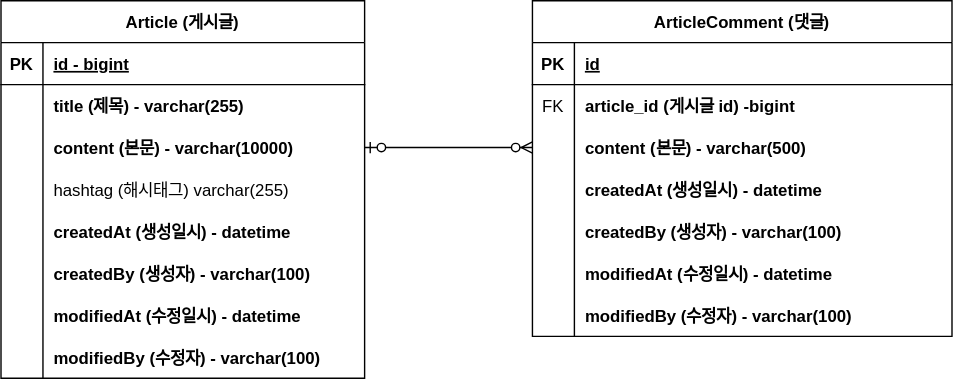
kid4211-developer/fastcampus-project-board keeps this draw.io diagram as fastcampus-project-board/document/project-board-erd.svg. Above is the earlier version. Source tidied: cells renumbered, new cells last; positions are measured from the earlier drawing's top-left corner, leaving out a move shared by most shapes.
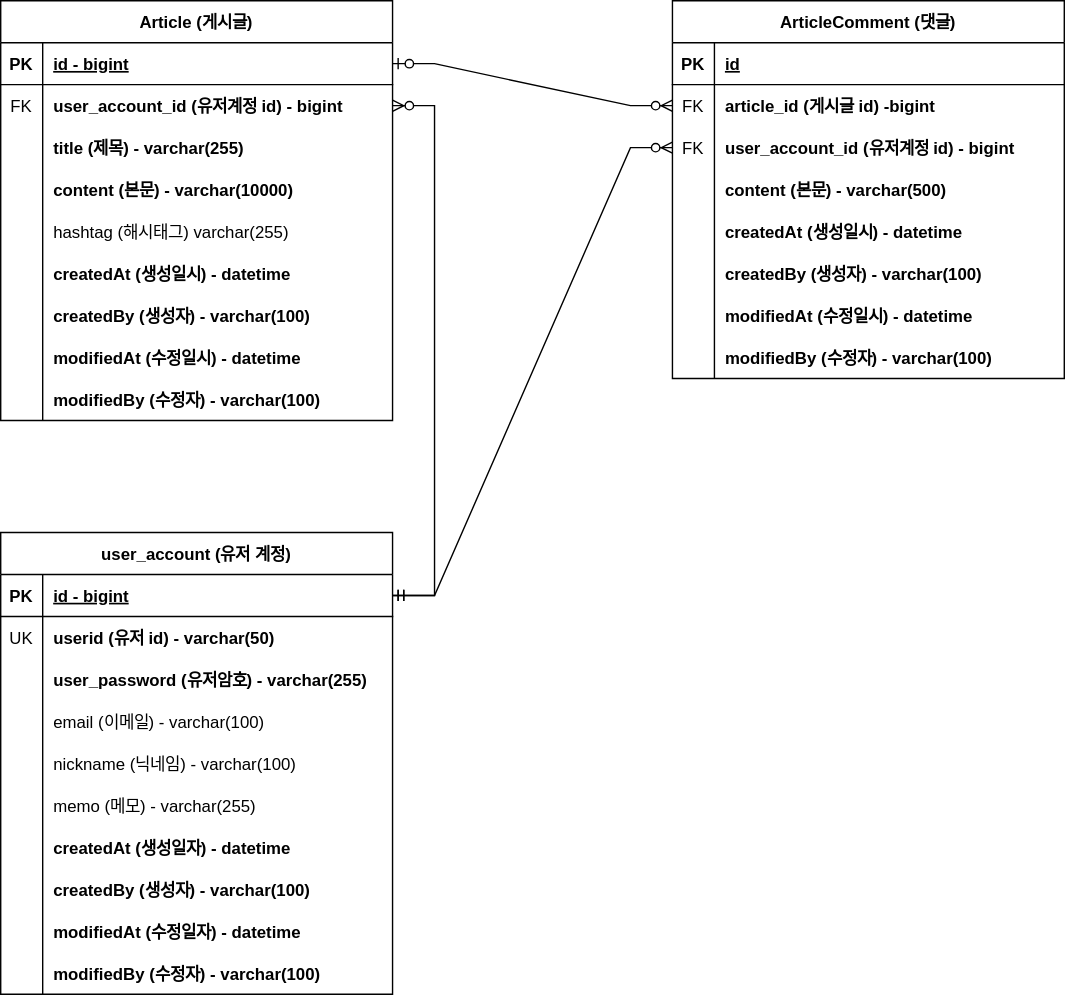
Above is the later version.

Commit message:
#16 - project-board-erd 업데이트

Diff of the diagram source:
```diff
@@ -5,6 +5,6 @@
     <mxCell id="2" value="Article (게시글)" style="shape=table;startSize=30;rowLines=0;fontStyle=1;align=center;" parent="1" vertex="1">
-      <mxGeometry width="260" height="270" as="geometry" />
+      <mxGeometry x="-40" width="280" height="300" as="geometry" />
     </mxCell>
     <mxCell id="3" style="shape=tableRow;horizontal=0;startSize=0;swimlaneHead=0;swimlaneBody=0;fillColor=none;points=[[0,0.5],[1,0.5]];portConstraint=eastwest;top=0;left=0;right=0;bottom=1;" parent="2" vertex="1">
-      <mxGeometry y="30" width="260" height="30" as="geometry" />
+      <mxGeometry y="30" width="280" height="30" as="geometry" />
     </mxCell>
@@ -14,6 +14,15 @@
     <mxCell id="5" value="id - bigint" style="shape=partialRectangle;fillColor=none;top=0;left=0;bottom=0;right=0;align=left;spacingLeft=6;fontStyle=5;overflow=hidden;" parent="3" vertex="1">
-      <mxGeometry x="30" width="230" height="30" as="geometry" />
+      <mxGeometry x="30" width="250" height="30" as="geometry" />
     </mxCell>
+    <mxCell id="50" style="shape=tableRow;horizontal=0;startSize=0;swimlaneHead=0;swimlaneBody=0;fillColor=none;points=[[0,0.5],[1,0.5]];portConstraint=eastwest;top=0;left=0;right=0;bottom=0;" parent="2" vertex="1">
+      <mxGeometry y="60" width="280" height="30" as="geometry" />
+    </mxCell>
+    <mxCell id="51" value="FK" style="shape=partialRectangle;fillColor=none;top=0;left=0;bottom=0;right=0;overflow=hidden;" parent="50" vertex="1">
+      <mxGeometry width="30" height="30" as="geometry" />
+    </mxCell>
+    <mxCell id="52" value="user_account_id (유저계정 id) - bigint" style="shape=partialRectangle;fillColor=none;top=0;left=0;bottom=0;right=0;align=left;spacingLeft=6;overflow=hidden;fontStyle=1;" parent="50" vertex="1">
+      <mxGeometry x="30" width="250" height="30" as="geometry" />
+    </mxCell>
     <mxCell id="6" style="shape=tableRow;horizontal=0;startSize=0;swimlaneHead=0;swimlaneBody=0;fillColor=none;top=0;left=0;right=0;bottom=0;" parent="2" vertex="1">
-      <mxGeometry y="60" width="260" height="30" as="geometry" />
+      <mxGeometry y="90" width="280" height="30" as="geometry" />
     </mxCell>
@@ -23,6 +32,6 @@
     <mxCell id="8" value="title (제목) - varchar(255)" style="shape=partialRectangle;fillColor=none;top=0;left=0;bottom=0;right=0;align=left;spacingLeft=6;overflow=hidden;fontStyle=1;" parent="6" vertex="1">
-      <mxGeometry x="30" width="230" height="30" as="geometry" />
+      <mxGeometry x="30" width="250" height="30" as="geometry" />
     </mxCell>
     <mxCell id="9" style="shape=tableRow;horizontal=0;startSize=0;swimlaneHead=0;swimlaneBody=0;fillColor=none;points=[[0,0.5],[1,0.5]];portConstraint=eastwest;top=0;left=0;right=0;bottom=0;" parent="2" vertex="1">
-      <mxGeometry y="90" width="260" height="30" as="geometry" />
+      <mxGeometry y="120" width="280" height="30" as="geometry" />
     </mxCell>
@@ -32,6 +41,6 @@
     <mxCell id="11" value="content (본문) - varchar(10000)" style="shape=partialRectangle;fillColor=none;top=0;left=0;bottom=0;right=0;align=left;spacingLeft=6;overflow=hidden;fontStyle=1;" parent="9" vertex="1">
-      <mxGeometry x="30" width="230" height="30" as="geometry" />
+      <mxGeometry x="30" width="250" height="30" as="geometry" />
     </mxCell>
     <mxCell id="12" style="shape=tableRow;horizontal=0;startSize=0;swimlaneHead=0;swimlaneBody=0;fillColor=none;top=0;left=0;right=0;bottom=0;" parent="2" vertex="1">
-      <mxGeometry y="120" width="260" height="30" as="geometry" />
+      <mxGeometry y="150" width="280" height="30" as="geometry" />
     </mxCell>
@@ -41,6 +50,6 @@
     <mxCell id="14" value="hashtag (해시태그) varchar(255)" style="shape=partialRectangle;fillColor=none;top=0;left=0;bottom=0;right=0;align=left;spacingLeft=6;overflow=hidden;" parent="12" vertex="1">
-      <mxGeometry x="30" width="230" height="30" as="geometry" />
+      <mxGeometry x="30" width="250" height="30" as="geometry" />
     </mxCell>
     <mxCell id="15" style="shape=tableRow;horizontal=0;startSize=0;swimlaneHead=0;swimlaneBody=0;fillColor=none;top=0;left=0;right=0;bottom=0;" parent="2" vertex="1">
-      <mxGeometry y="150" width="260" height="30" as="geometry" />
+      <mxGeometry y="180" width="280" height="30" as="geometry" />
     </mxCell>
@@ -50,6 +59,6 @@
     <mxCell id="17" value="createdAt (생성일시) - datetime" style="shape=partialRectangle;fillColor=none;top=0;left=0;bottom=0;right=0;align=left;spacingLeft=6;overflow=hidden;fontStyle=1;" parent="15" vertex="1">
-      <mxGeometry x="30" width="230" height="30" as="geometry" />
+      <mxGeometry x="30" width="250" height="30" as="geometry" />
     </mxCell>
     <mxCell id="18" style="shape=tableRow;horizontal=0;startSize=0;swimlaneHead=0;swimlaneBody=0;fillColor=none;top=0;left=0;right=0;bottom=0;" parent="2" vertex="1">
-      <mxGeometry y="180" width="260" height="30" as="geometry" />
+      <mxGeometry y="210" width="280" height="30" as="geometry" />
     </mxCell>
@@ -59,6 +68,6 @@
     <mxCell id="20" value="createdBy (생성자) - varchar(100)" style="shape=partialRectangle;fillColor=none;top=0;left=0;bottom=0;right=0;align=left;spacingLeft=6;overflow=hidden;fontStyle=1;" parent="18" vertex="1">
-      <mxGeometry x="30" width="230" height="30" as="geometry" />
+      <mxGeometry x="30" width="250" height="30" as="geometry" />
     </mxCell>
     <mxCell id="21" style="shape=tableRow;horizontal=0;startSize=0;swimlaneHead=0;swimlaneBody=0;fillColor=none;top=0;left=0;right=0;bottom=0;" parent="2" vertex="1">
-      <mxGeometry y="210" width="260" height="30" as="geometry" />
+      <mxGeometry y="240" width="280" height="30" as="geometry" />
     </mxCell>
@@ -68,6 +77,6 @@
     <mxCell id="23" value="modifiedAt (수정일시) - datetime" style="shape=partialRectangle;fillColor=none;top=0;left=0;bottom=0;right=0;align=left;spacingLeft=6;overflow=hidden;fontStyle=1;" parent="21" vertex="1">
-      <mxGeometry x="30" width="230" height="30" as="geometry" />
+      <mxGeometry x="30" width="250" height="30" as="geometry" />
     </mxCell>
     <mxCell id="24" style="shape=tableRow;horizontal=0;startSize=0;swimlaneHead=0;swimlaneBody=0;fillColor=none;top=0;left=0;right=0;bottom=0;" parent="2" vertex="1">
-      <mxGeometry y="240" width="260" height="30" as="geometry" />
+      <mxGeometry y="270" width="280" height="30" as="geometry" />
     </mxCell>
@@ -77,9 +86,9 @@
     <mxCell id="26" value="modifiedBy (수정자) - varchar(100)" style="shape=partialRectangle;fillColor=none;top=0;left=0;bottom=0;right=0;align=left;spacingLeft=6;overflow=hidden;fontStyle=1;" parent="24" vertex="1">
-      <mxGeometry x="30" width="230" height="30" as="geometry" />
+      <mxGeometry x="30" width="250" height="30" as="geometry" />
     </mxCell>
     <mxCell id="27" value="ArticleComment (댓글)" style="shape=table;startSize=30;rowLines=0;fontStyle=1;align=center;" parent="1" vertex="1">
-      <mxGeometry x="380" width="300" height="240" as="geometry" />
+      <mxGeometry x="440" width="280" height="270" as="geometry" />
     </mxCell>
     <mxCell id="28" style="shape=tableRow;horizontal=0;startSize=0;swimlaneHead=0;swimlaneBody=0;fillColor=none;top=0;left=0;right=0;bottom=1;" parent="27" vertex="1">
-      <mxGeometry y="30" width="300" height="30" as="geometry" />
+      <mxGeometry y="30" width="280" height="30" as="geometry" />
     </mxCell>
@@ -89,6 +98,6 @@
     <mxCell id="30" value="id" style="shape=partialRectangle;fillColor=none;top=0;left=0;bottom=0;right=0;align=left;spacingLeft=6;fontStyle=5;overflow=hidden;" parent="28" vertex="1">
-      <mxGeometry x="30" width="270" height="30" as="geometry" />
+      <mxGeometry x="30" width="250" height="30" as="geometry" />
     </mxCell>
     <mxCell id="31" style="shape=tableRow;horizontal=0;startSize=0;swimlaneHead=0;swimlaneBody=0;fillColor=none;points=[[0,0.5],[1,0.5]];portConstraint=eastwest;top=0;left=0;right=0;bottom=0;" parent="27" vertex="1">
-      <mxGeometry y="60" width="300" height="30" as="geometry" />
+      <mxGeometry y="60" width="280" height="30" as="geometry" />
     </mxCell>
@@ -98,6 +107,15 @@
     <mxCell id="33" value="article_id (게시글 id) -bigint" style="shape=partialRectangle;fillColor=none;top=0;left=0;bottom=0;right=0;align=left;spacingLeft=6;overflow=hidden;fontStyle=1;" parent="31" vertex="1">
-      <mxGeometry x="30" width="270" height="30" as="geometry" />
+      <mxGeometry x="30" width="250" height="30" as="geometry" />
     </mxCell>
+    <mxCell id="53" style="shape=tableRow;horizontal=0;startSize=0;swimlaneHead=0;swimlaneBody=0;fillColor=none;points=[[0,0.5],[1,0.5]];portConstraint=eastwest;top=0;left=0;right=0;bottom=0;" parent="27" vertex="1">
+      <mxGeometry y="90" width="280" height="30" as="geometry" />
+    </mxCell>
+    <mxCell id="54" value="FK" style="shape=partialRectangle;fillColor=none;top=0;left=0;bottom=0;right=0;overflow=hidden;" parent="53" vertex="1">
+      <mxGeometry width="30" height="30" as="geometry" />
+    </mxCell>
+    <mxCell id="55" value="user_account_id (유저계정 id) - bigint" style="shape=partialRectangle;fillColor=none;top=0;left=0;bottom=0;right=0;align=left;spacingLeft=6;overflow=hidden;fontStyle=1;" parent="53" vertex="1">
+      <mxGeometry x="30" width="250" height="30" as="geometry" />
+    </mxCell>
     <mxCell id="34" style="shape=tableRow;horizontal=0;startSize=0;swimlaneHead=0;swimlaneBody=0;fillColor=none;points=[[0,0.5],[1,0.5]];portConstraint=eastwest;top=0;left=0;right=0;bottom=0;" parent="27" vertex="1">
-      <mxGeometry y="90" width="300" height="30" as="geometry" />
+      <mxGeometry y="120" width="280" height="30" as="geometry" />
     </mxCell>
@@ -107,6 +125,6 @@
     <mxCell id="36" value="content (본문) - varchar(500)" style="shape=partialRectangle;fillColor=none;top=0;left=0;bottom=0;right=0;align=left;spacingLeft=6;overflow=hidden;fontStyle=1;" parent="34" vertex="1">
-      <mxGeometry x="30" width="270" height="30" as="geometry" />
+      <mxGeometry x="30" width="250" height="30" as="geometry" />
     </mxCell>
     <mxCell id="37" style="shape=tableRow;horizontal=0;startSize=0;swimlaneHead=0;swimlaneBody=0;fillColor=none;top=0;left=0;right=0;bottom=0;" parent="27" vertex="1">
-      <mxGeometry y="120" width="300" height="30" as="geometry" />
+      <mxGeometry y="150" width="280" height="30" as="geometry" />
     </mxCell>
@@ -116,6 +134,6 @@
     <mxCell id="39" value="createdAt (생성일시) - datetime" style="shape=partialRectangle;fillColor=none;top=0;left=0;bottom=0;right=0;align=left;spacingLeft=6;overflow=hidden;fontStyle=1;" parent="37" vertex="1">
-      <mxGeometry x="30" width="270" height="30" as="geometry" />
+      <mxGeometry x="30" width="250" height="30" as="geometry" />
     </mxCell>
     <mxCell id="40" style="shape=tableRow;horizontal=0;startSize=0;swimlaneHead=0;swimlaneBody=0;fillColor=none;top=0;left=0;right=0;bottom=0;" parent="27" vertex="1">
-      <mxGeometry y="150" width="300" height="30" as="geometry" />
+      <mxGeometry y="180" width="280" height="30" as="geometry" />
     </mxCell>
@@ -125,6 +143,6 @@
     <mxCell id="42" value="createdBy (생성자) - varchar(100)" style="shape=partialRectangle;fillColor=none;top=0;left=0;bottom=0;right=0;align=left;spacingLeft=6;overflow=hidden;fontStyle=1;" parent="40" vertex="1">
-      <mxGeometry x="30" width="270" height="30" as="geometry" />
+      <mxGeometry x="30" width="250" height="30" as="geometry" />
     </mxCell>
     <mxCell id="43" style="shape=tableRow;horizontal=0;startSize=0;swimlaneHead=0;swimlaneBody=0;fillColor=none;top=0;left=0;right=0;bottom=0;" parent="27" vertex="1">
-      <mxGeometry y="180" width="300" height="30" as="geometry" />
+      <mxGeometry y="210" width="280" height="30" as="geometry" />
     </mxCell>
@@ -134,6 +152,6 @@
     <mxCell id="45" value="modifiedAt (수정일시) - datetime" style="shape=partialRectangle;fillColor=none;top=0;left=0;bottom=0;right=0;align=left;spacingLeft=6;overflow=hidden;fontStyle=1;" parent="43" vertex="1">
-      <mxGeometry x="30" width="270" height="30" as="geometry" />
+      <mxGeometry x="30" width="250" height="30" as="geometry" />
     </mxCell>
     <mxCell id="46" style="shape=tableRow;horizontal=0;startSize=0;swimlaneHead=0;swimlaneBody=0;fillColor=none;top=0;left=0;right=0;bottom=0;" parent="27" vertex="1">
-      <mxGeometry y="210" width="300" height="30" as="geometry" />
+      <mxGeometry y="240" width="280" height="30" as="geometry" />
     </mxCell>
@@ -143,7 +161,106 @@
     <mxCell id="48" value="modifiedBy (수정자) - varchar(100)" style="shape=partialRectangle;fillColor=none;top=0;left=0;bottom=0;right=0;align=left;spacingLeft=6;overflow=hidden;fontStyle=1;" parent="46" vertex="1">
-      <mxGeometry x="30" width="270" height="30" as="geometry" />
+      <mxGeometry x="30" width="250" height="30" as="geometry" />
     </mxCell>
-    <mxCell id="49" style="edgeStyle=entityRelationEdgeStyle;fontSize=12;html=1;endArrow=ERzeroToMany;startArrow=ERzeroToOne;rounded=0;entryX=0;entryY=0.5;entryDx=0;entryDy=0;exitX=1;exitY=0.5;exitDx=0;exitDy=0;" parent="1" edge="1" source="9" target="34">
+    <mxCell id="49" style="edgeStyle=entityRelationEdgeStyle;fontSize=12;html=1;endArrow=ERzeroToMany;startArrow=ERzeroToOne;rounded=0;exitX=1;exitY=0.5;exitDx=0;exitDy=0;" parent="1" edge="1" source="3" target="31">
       <mxGeometry relative="1" as="geometry" />
     </mxCell>
+    <mxCell id="56" value="user_account (유저 계정)" style="shape=table;startSize=30;rowLines=0;fontStyle=1;align=center;" parent="1" vertex="1">
+      <mxGeometry x="-40" y="380" width="280" height="330" as="geometry" />
+    </mxCell>
+    <mxCell id="57" style="shape=tableRow;horizontal=0;startSize=0;swimlaneHead=0;swimlaneBody=0;fillColor=none;points=[[0,0.5],[1,0.5]];portConstraint=eastwest;top=0;left=0;right=0;bottom=1;" parent="56" vertex="1">
+      <mxGeometry y="30" width="280" height="30" as="geometry" />
+    </mxCell>
+    <mxCell id="58" value="PK" style="shape=partialRectangle;fillColor=none;top=0;left=0;bottom=0;right=0;fontStyle=1;overflow=hidden;" parent="57" vertex="1">
+      <mxGeometry width="30" height="30" as="geometry" />
+    </mxCell>
+    <mxCell id="59" value="id - bigint" style="shape=partialRectangle;fillColor=none;top=0;left=0;bottom=0;right=0;align=left;spacingLeft=6;fontStyle=5;overflow=hidden;" parent="57" vertex="1">
+      <mxGeometry x="30" width="250" height="30" as="geometry" />
+    </mxCell>
+    <mxCell id="60" style="shape=tableRow;horizontal=0;startSize=0;swimlaneHead=0;swimlaneBody=0;fillColor=none;top=0;left=0;right=0;bottom=0;fontStyle=1;" parent="56" vertex="1">
+      <mxGeometry y="60" width="280" height="30" as="geometry" />
+    </mxCell>
+    <mxCell id="61" value="UK" style="shape=partialRectangle;fillColor=none;top=0;left=0;bottom=0;right=0;overflow=hidden;" parent="60" vertex="1">
+      <mxGeometry width="30" height="30" as="geometry" />
+    </mxCell>
+    <mxCell id="62" value="userid (유저 id) - varchar(50)" style="shape=partialRectangle;fillColor=none;top=0;left=0;bottom=0;right=0;align=left;spacingLeft=6;overflow=hidden;fontStyle=1;" parent="60" vertex="1">
+      <mxGeometry x="30" width="250" height="30" as="geometry" />
+    </mxCell>
+    <mxCell id="63" style="shape=tableRow;horizontal=0;startSize=0;swimlaneHead=0;swimlaneBody=0;fillColor=none;top=0;left=0;right=0;bottom=0;" parent="56" vertex="1">
+      <mxGeometry y="90" width="280" height="30" as="geometry" />
+    </mxCell>
+    <mxCell id="64" style="shape=partialRectangle;fillColor=none;top=0;left=0;bottom=0;right=0;overflow=hidden;" parent="63" vertex="1">
+      <mxGeometry width="30" height="30" as="geometry" />
+    </mxCell>
+    <mxCell id="65" value="user_password (유저암호) - varchar(255)" style="shape=partialRectangle;fillColor=none;top=0;left=0;bottom=0;right=0;align=left;spacingLeft=6;overflow=hidden;fontStyle=1;" parent="63" vertex="1">
+      <mxGeometry x="30" width="250" height="30" as="geometry" />
+    </mxCell>
+    <mxCell id="66" style="shape=tableRow;horizontal=0;startSize=0;swimlaneHead=0;swimlaneBody=0;fillColor=none;top=0;left=0;right=0;bottom=0;" parent="56" vertex="1">
+      <mxGeometry y="120" width="280" height="30" as="geometry" />
+    </mxCell>
+    <mxCell id="67" style="shape=partialRectangle;fillColor=none;top=0;left=0;bottom=0;right=0;overflow=hidden;" parent="66" vertex="1">
+      <mxGeometry width="30" height="30" as="geometry" />
+    </mxCell>
+    <mxCell id="68" value="email (이메일) - varchar(100)" style="shape=partialRectangle;fillColor=none;top=0;left=0;bottom=0;right=0;align=left;spacingLeft=6;overflow=hidden;" parent="66" vertex="1">
+      <mxGeometry x="30" width="250" height="30" as="geometry" />
+    </mxCell>
+    <mxCell id="69" style="shape=tableRow;horizontal=0;startSize=0;swimlaneHead=0;swimlaneBody=0;fillColor=none;top=0;left=0;right=0;bottom=0;" parent="56" vertex="1">
+      <mxGeometry y="150" width="280" height="30" as="geometry" />
+    </mxCell>
+    <mxCell id="70" style="shape=partialRectangle;fillColor=none;top=0;left=0;bottom=0;right=0;overflow=hidden;" parent="69" vertex="1">
+      <mxGeometry width="30" height="30" as="geometry" />
+    </mxCell>
+    <mxCell id="71" value="nickname (닉네임) - varchar(100)" style="shape=partialRectangle;fillColor=none;top=0;left=0;bottom=0;right=0;align=left;spacingLeft=6;overflow=hidden;" parent="69" vertex="1">
+      <mxGeometry x="30" width="250" height="30" as="geometry" />
+    </mxCell>
+    <mxCell id="72" style="shape=tableRow;horizontal=0;startSize=0;swimlaneHead=0;swimlaneBody=0;fillColor=none;top=0;left=0;right=0;bottom=0;" parent="56" vertex="1">
+      <mxGeometry y="180" width="280" height="30" as="geometry" />
+    </mxCell>
+    <mxCell id="73" style="shape=partialRectangle;fillColor=none;top=0;left=0;bottom=0;right=0;overflow=hidden;" parent="72" vertex="1">
+      <mxGeometry width="30" height="30" as="geometry" />
+    </mxCell>
+    <mxCell id="74" value="memo (메모) - varchar(255)" style="shape=partialRectangle;fillColor=none;top=0;left=0;bottom=0;right=0;align=left;spacingLeft=6;overflow=hidden;" parent="72" vertex="1">
+      <mxGeometry x="30" width="250" height="30" as="geometry" />
+    </mxCell>
+    <mxCell id="75" style="shape=tableRow;horizontal=0;startSize=0;swimlaneHead=0;swimlaneBody=0;fillColor=none;top=0;left=0;right=0;bottom=0;" parent="56" vertex="1">
+      <mxGeometry y="210" width="280" height="30" as="geometry" />
+    </mxCell>
+    <mxCell id="76" style="shape=partialRectangle;fillColor=none;top=0;left=0;bottom=0;right=0;overflow=hidden;" parent="75" vertex="1">
+      <mxGeometry width="30" height="30" as="geometry" />
+    </mxCell>
+    <mxCell id="77" value="createdAt (생성일자) - datetime" style="shape=partialRectangle;fillColor=none;top=0;left=0;bottom=0;right=0;align=left;spacingLeft=6;overflow=hidden;fontStyle=1;" parent="75" vertex="1">
+      <mxGeometry x="30" width="250" height="30" as="geometry" />
+    </mxCell>
+    <mxCell id="78" style="shape=tableRow;horizontal=0;startSize=0;swimlaneHead=0;swimlaneBody=0;fillColor=none;top=0;left=0;right=0;bottom=0;" parent="56" vertex="1">
+      <mxGeometry y="240" width="280" height="30" as="geometry" />
+    </mxCell>
+    <mxCell id="79" style="shape=partialRectangle;fillColor=none;top=0;left=0;bottom=0;right=0;overflow=hidden;" parent="78" vertex="1">
+      <mxGeometry width="30" height="30" as="geometry" />
+    </mxCell>
+    <mxCell id="80" value="createdBy (생성자) - varchar(100)" style="shape=partialRectangle;fillColor=none;top=0;left=0;bottom=0;right=0;align=left;spacingLeft=6;overflow=hidden;fontStyle=1;" parent="78" vertex="1">
+      <mxGeometry x="30" width="250" height="30" as="geometry" />
+    </mxCell>
+    <mxCell id="81" style="shape=tableRow;horizontal=0;startSize=0;swimlaneHead=0;swimlaneBody=0;fillColor=none;top=0;left=0;right=0;bottom=0;" parent="56" vertex="1">
+      <mxGeometry y="270" width="280" height="30" as="geometry" />
+    </mxCell>
+    <mxCell id="82" style="shape=partialRectangle;fillColor=none;top=0;left=0;bottom=0;right=0;overflow=hidden;" parent="81" vertex="1">
+      <mxGeometry width="30" height="30" as="geometry" />
+    </mxCell>
+    <mxCell id="83" value="modifiedAt (수정일자) - datetime" style="shape=partialRectangle;fillColor=none;top=0;left=0;bottom=0;right=0;align=left;spacingLeft=6;overflow=hidden;fontStyle=1;" parent="81" vertex="1">
+      <mxGeometry x="30" width="250" height="30" as="geometry" />
+    </mxCell>
+    <mxCell id="84" style="shape=tableRow;horizontal=0;startSize=0;swimlaneHead=0;swimlaneBody=0;fillColor=none;top=0;left=0;right=0;bottom=0;" parent="56" vertex="1">
+      <mxGeometry y="300" width="280" height="30" as="geometry" />
+    </mxCell>
+    <mxCell id="85" style="shape=partialRectangle;fillColor=none;top=0;left=0;bottom=0;right=0;overflow=hidden;" parent="84" vertex="1">
+      <mxGeometry width="30" height="30" as="geometry" />
+    </mxCell>
+    <mxCell id="86" value="modifiedBy (수정자) - varchar(100)" style="shape=partialRectangle;fillColor=none;top=0;left=0;bottom=0;right=0;align=left;spacingLeft=6;overflow=hidden;fontStyle=1;" parent="84" vertex="1">
+      <mxGeometry x="30" width="250" height="30" as="geometry" />
+    </mxCell>
+    <mxCell id="87" style="edgeStyle=entityRelationEdgeStyle;fontSize=12;html=1;endArrow=ERzeroToMany;startArrow=ERmandOne;rounded=0;jumpStyle=line;exitX=1;exitY=0.5;exitDx=0;exitDy=0;" parent="1" edge="1" source="57" target="50">
+      <mxGeometry relative="1" as="geometry" />
+    </mxCell>
+    <mxCell id="88" style="edgeStyle=entityRelationEdgeStyle;fontSize=12;html=1;endArrow=ERzeroToMany;startArrow=ERmandOne;rounded=0;jumpStyle=line;entryX=0;entryY=0.5;entryDx=0;entryDy=0;exitX=1;exitY=0.5;exitDx=0;exitDy=0;" parent="1" edge="1" source="57" target="53">
+      <mxGeometry relative="1" as="geometry" />
+    </mxCell>
   </root>
```
